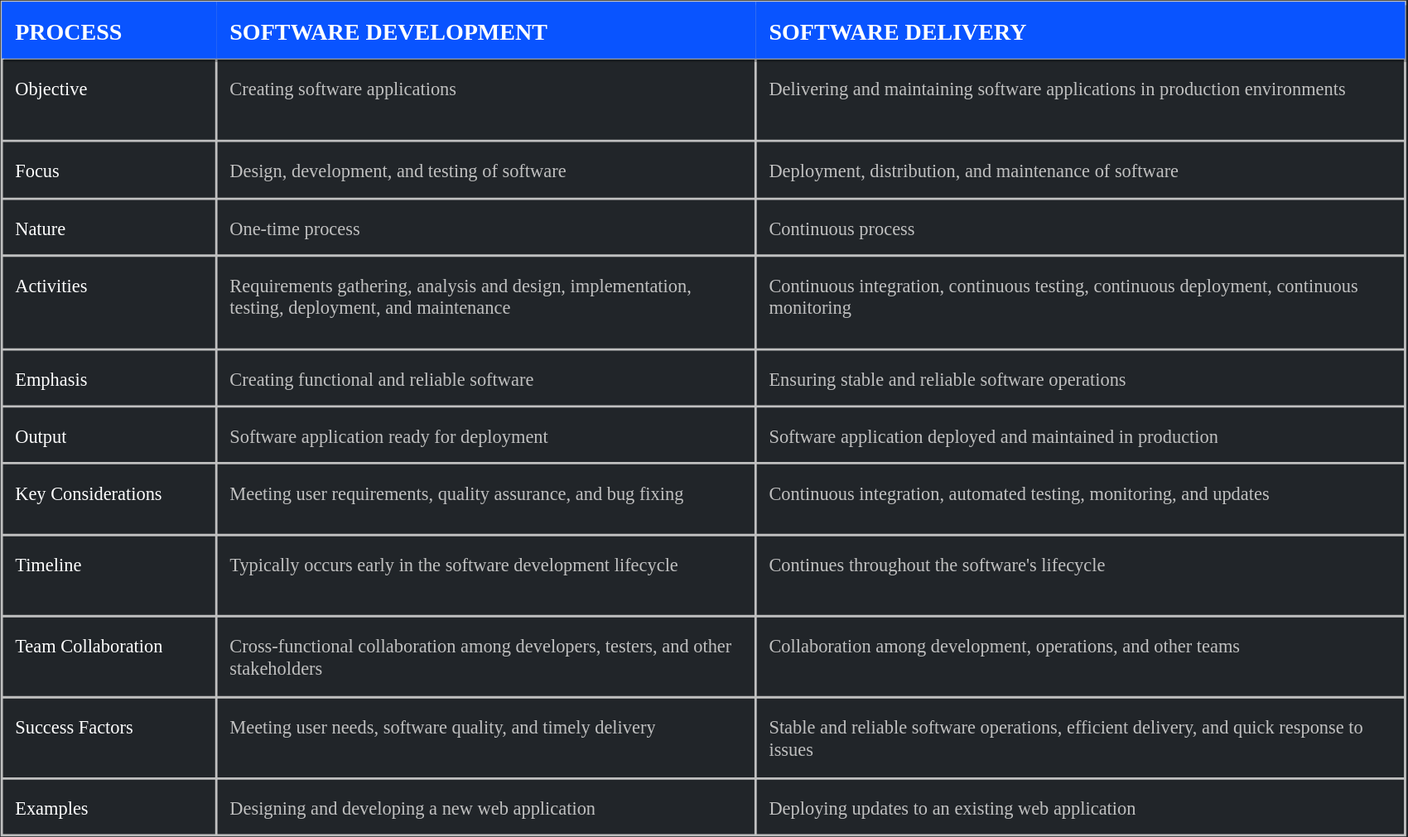
fdtechdotnet/fdtechdotnet-static-website keeps this draw.io diagram as src/assets/svg/software-development-vs-software-delivery.drawio.svg. Above is the earlier version. Source tidied: cells renumbered, new cells last; positions are measured from the earlier drawing's top-left corner, leaving out a move shared by most shapes.
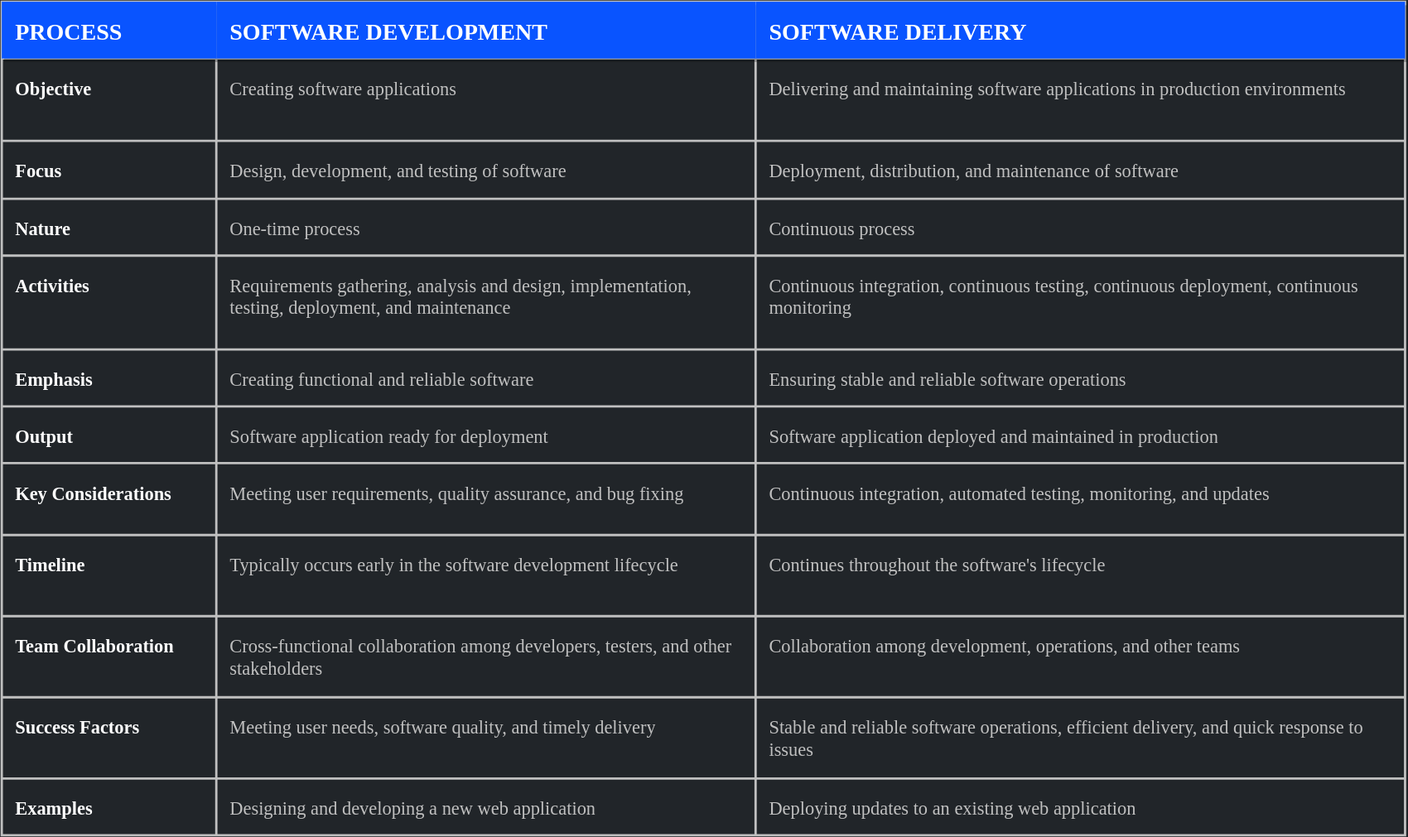
Above is the later version.

Change to the diagram source:
```diff
@@ -20,7 +20,7 @@
     <mxCell id="7" style="shape=tableRow;horizontal=0;startSize=0;swimlaneHead=0;swimlaneBody=0;strokeColor=inherit;top=0;left=0;bottom=0;right=0;fillColor=none;fontSize=16;" parent="2" vertex="1">
       <mxGeometry y="49" width="1210" height="71" as="geometry" />
     </mxCell>
-    <mxCell id="8" value="Objective" style="shape=partialRectangle;strokeColor=inherit;overflow=hidden;fillColor=none;top=0;left=0;bottom=0;right=0;fontSize=16;labelBackgroundColor=none;fontColor=#FFFFFF;fontFamily=Montserrat;fontSource=https%3A%2F%2Ffonts.googleapis.com%2Fcss%3Ffamily%3DMontserrat;verticalAlign=top;align=left;spacing=12;textDirection=ltr;labelPosition=center;verticalLabelPosition=middle;whiteSpace=wrap;" parent="7" vertex="1">
+    <mxCell id="8" value="Objective" style="shape=partialRectangle;strokeColor=inherit;overflow=hidden;fillColor=none;top=0;left=0;bottom=0;right=0;fontSize=16;labelBackgroundColor=none;fontColor=#FFFFFF;fontFamily=Montserrat;fontSource=https%3A%2F%2Ffonts.googleapis.com%2Fcss%3Ffamily%3DMontserrat;verticalAlign=top;align=left;spacing=12;textDirection=ltr;labelPosition=center;verticalLabelPosition=middle;whiteSpace=wrap;fontStyle=1;" parent="7" vertex="1">
       <mxGeometry width="185" height="71" as="geometry" />
     </mxCell>
     <mxCell id="9" value="Creating software applications " style="shape=partialRectangle;strokeColor=inherit;overflow=hidden;fillColor=none;top=0;left=0;bottom=0;right=0;fontSize=16;labelBackgroundColor=none;fontColor=#C0C0C0;fontFamily=Montserrat;fontSource=https%3A%2F%2Ffonts.googleapis.com%2Fcss%3Ffamily%3DMontserrat;verticalAlign=top;align=left;spacing=12;textDirection=ltr;labelPosition=center;verticalLabelPosition=middle;whiteSpace=wrap;" parent="7" vertex="1">
@@ -32,7 +32,7 @@
     <mxCell id="11" style="shape=tableRow;horizontal=0;startSize=0;swimlaneHead=0;swimlaneBody=0;strokeColor=inherit;top=0;left=0;bottom=0;right=0;fillColor=none;fontSize=16;" parent="2" vertex="1">
       <mxGeometry y="120" width="1210" height="50" as="geometry" />
     </mxCell>
-    <mxCell id="12" value="Focus" style="shape=partialRectangle;strokeColor=inherit;overflow=hidden;fillColor=none;top=0;left=0;bottom=0;right=0;fontSize=16;labelBackgroundColor=none;fontColor=#FFFFFF;fontFamily=Montserrat;fontSource=https%3A%2F%2Ffonts.googleapis.com%2Fcss%3Ffamily%3DMontserrat;verticalAlign=top;align=left;spacing=12;textDirection=ltr;labelPosition=center;verticalLabelPosition=middle;whiteSpace=wrap;" parent="11" vertex="1">
+    <mxCell id="12" value="Focus" style="shape=partialRectangle;strokeColor=inherit;overflow=hidden;fillColor=none;top=0;left=0;bottom=0;right=0;fontSize=16;labelBackgroundColor=none;fontColor=#FFFFFF;fontFamily=Montserrat;fontSource=https%3A%2F%2Ffonts.googleapis.com%2Fcss%3Ffamily%3DMontserrat;verticalAlign=top;align=left;spacing=12;textDirection=ltr;labelPosition=center;verticalLabelPosition=middle;whiteSpace=wrap;fontStyle=1;" parent="11" vertex="1">
       <mxGeometry width="185" height="50" as="geometry" />
     </mxCell>
     <mxCell id="13" value="Design, development, and testing of software " style="shape=partialRectangle;strokeColor=inherit;overflow=hidden;fillColor=none;top=0;left=0;bottom=0;right=0;fontSize=16;labelBackgroundColor=none;fontColor=#C0C0C0;fontFamily=Montserrat;fontSource=https%3A%2F%2Ffonts.googleapis.com%2Fcss%3Ffamily%3DMontserrat;verticalAlign=top;align=left;spacing=12;textDirection=ltr;labelPosition=center;verticalLabelPosition=middle;whiteSpace=wrap;" parent="11" vertex="1">
@@ -44,7 +44,7 @@
     <mxCell id="15" style="shape=tableRow;horizontal=0;startSize=0;swimlaneHead=0;swimlaneBody=0;strokeColor=inherit;top=0;left=0;bottom=0;right=0;fillColor=none;fontSize=16;" parent="2" vertex="1">
       <mxGeometry y="170" width="1210" height="49" as="geometry" />
     </mxCell>
-    <mxCell id="16" value="Nature" style="shape=partialRectangle;strokeColor=inherit;overflow=hidden;fillColor=none;top=0;left=0;bottom=0;right=0;fontSize=16;labelBackgroundColor=none;fontColor=#FFFFFF;fontFamily=Montserrat;fontSource=https%3A%2F%2Ffonts.googleapis.com%2Fcss%3Ffamily%3DMontserrat;verticalAlign=top;align=left;spacing=12;textDirection=ltr;labelPosition=center;verticalLabelPosition=middle;whiteSpace=wrap;" parent="15" vertex="1">
+    <mxCell id="16" value="Nature" style="shape=partialRectangle;strokeColor=inherit;overflow=hidden;fillColor=none;top=0;left=0;bottom=0;right=0;fontSize=16;labelBackgroundColor=none;fontColor=#FFFFFF;fontFamily=Montserrat;fontSource=https%3A%2F%2Ffonts.googleapis.com%2Fcss%3Ffamily%3DMontserrat;verticalAlign=top;align=left;spacing=12;textDirection=ltr;labelPosition=center;verticalLabelPosition=middle;whiteSpace=wrap;fontStyle=1;" parent="15" vertex="1">
       <mxGeometry width="185" height="49" as="geometry" />
     </mxCell>
     <mxCell id="17" value="One-time process " style="shape=partialRectangle;strokeColor=inherit;overflow=hidden;fillColor=none;top=0;left=0;bottom=0;right=0;fontSize=16;labelBackgroundColor=none;fontColor=#C0C0C0;fontFamily=Montserrat;fontSource=https%3A%2F%2Ffonts.googleapis.com%2Fcss%3Ffamily%3DMontserrat;verticalAlign=top;align=left;spacing=12;textDirection=ltr;labelPosition=center;verticalLabelPosition=middle;whiteSpace=wrap;" parent="15" vertex="1">
@@ -56,7 +56,7 @@
     <mxCell id="19" style="shape=tableRow;horizontal=0;startSize=0;swimlaneHead=0;swimlaneBody=0;strokeColor=inherit;top=0;left=0;bottom=0;right=0;fillColor=none;fontSize=16;" parent="2" vertex="1">
       <mxGeometry y="219" width="1210" height="81" as="geometry" />
     </mxCell>
-    <mxCell id="20" value="Activities" style="shape=partialRectangle;strokeColor=inherit;overflow=hidden;fillColor=none;top=0;left=0;bottom=0;right=0;fontSize=16;labelBackgroundColor=none;fontColor=#FFFFFF;fontFamily=Montserrat;fontSource=https%3A%2F%2Ffonts.googleapis.com%2Fcss%3Ffamily%3DMontserrat;verticalAlign=top;align=left;spacing=12;textDirection=ltr;labelPosition=center;verticalLabelPosition=middle;whiteSpace=wrap;" parent="19" vertex="1">
+    <mxCell id="20" value="Activities" style="shape=partialRectangle;strokeColor=inherit;overflow=hidden;fillColor=none;top=0;left=0;bottom=0;right=0;fontSize=16;labelBackgroundColor=none;fontColor=#FFFFFF;fontFamily=Montserrat;fontSource=https%3A%2F%2Ffonts.googleapis.com%2Fcss%3Ffamily%3DMontserrat;verticalAlign=top;align=left;spacing=12;textDirection=ltr;labelPosition=center;verticalLabelPosition=middle;whiteSpace=wrap;fontStyle=1;" parent="19" vertex="1">
       <mxGeometry width="185" height="81" as="geometry" />
     </mxCell>
     <mxCell id="21" value="Requirements gathering, analysis and design, implementation, testing, deployment, and maintenance " style="shape=partialRectangle;strokeColor=inherit;overflow=hidden;fillColor=none;top=0;left=0;bottom=0;right=0;fontSize=16;labelBackgroundColor=none;fontColor=#C0C0C0;fontFamily=Montserrat;fontSource=https%3A%2F%2Ffonts.googleapis.com%2Fcss%3Ffamily%3DMontserrat;verticalAlign=top;align=left;spacing=12;textDirection=ltr;labelPosition=center;verticalLabelPosition=middle;whiteSpace=wrap;" parent="19" vertex="1">
@@ -68,7 +68,7 @@
     <mxCell id="23" style="shape=tableRow;horizontal=0;startSize=0;swimlaneHead=0;swimlaneBody=0;strokeColor=inherit;top=0;left=0;bottom=0;right=0;fillColor=none;fontSize=16;" parent="2" vertex="1">
       <mxGeometry y="300" width="1210" height="49" as="geometry" />
     </mxCell>
-    <mxCell id="24" value="Emphasis" style="shape=partialRectangle;strokeColor=inherit;overflow=hidden;fillColor=none;top=0;left=0;bottom=0;right=0;fontSize=16;labelBackgroundColor=none;fontColor=#FFFFFF;fontFamily=Montserrat;fontSource=https%3A%2F%2Ffonts.googleapis.com%2Fcss%3Ffamily%3DMontserrat;verticalAlign=top;align=left;spacing=12;textDirection=ltr;labelPosition=center;verticalLabelPosition=middle;whiteSpace=wrap;" parent="23" vertex="1">
+    <mxCell id="24" value="Emphasis" style="shape=partialRectangle;strokeColor=inherit;overflow=hidden;fillColor=none;top=0;left=0;bottom=0;right=0;fontSize=16;labelBackgroundColor=none;fontColor=#FFFFFF;fontFamily=Montserrat;fontSource=https%3A%2F%2Ffonts.googleapis.com%2Fcss%3Ffamily%3DMontserrat;verticalAlign=top;align=left;spacing=12;textDirection=ltr;labelPosition=center;verticalLabelPosition=middle;whiteSpace=wrap;fontStyle=1;" parent="23" vertex="1">
       <mxGeometry width="185" height="49" as="geometry" />
     </mxCell>
     <mxCell id="25" value="Creating functional and reliable software " style="shape=partialRectangle;strokeColor=inherit;overflow=hidden;fillColor=none;top=0;left=0;bottom=0;right=0;fontSize=16;labelBackgroundColor=none;fontColor=#C0C0C0;fontFamily=Montserrat;fontSource=https%3A%2F%2Ffonts.googleapis.com%2Fcss%3Ffamily%3DMontserrat;verticalAlign=top;align=left;spacing=12;textDirection=ltr;labelPosition=center;verticalLabelPosition=middle;whiteSpace=wrap;" parent="23" vertex="1">
@@ -80,7 +80,7 @@
     <mxCell id="27" style="shape=tableRow;horizontal=0;startSize=0;swimlaneHead=0;swimlaneBody=0;strokeColor=inherit;top=0;left=0;bottom=0;right=0;fillColor=none;fontSize=16;" parent="2" vertex="1">
       <mxGeometry y="349" width="1210" height="49" as="geometry" />
     </mxCell>
-    <mxCell id="28" value="Output" style="shape=partialRectangle;strokeColor=inherit;overflow=hidden;fillColor=none;top=0;left=0;bottom=0;right=0;fontSize=16;labelBackgroundColor=none;fontColor=#FFFFFF;fontFamily=Montserrat;fontSource=https%3A%2F%2Ffonts.googleapis.com%2Fcss%3Ffamily%3DMontserrat;verticalAlign=top;align=left;spacing=12;textDirection=ltr;labelPosition=center;verticalLabelPosition=middle;whiteSpace=wrap;" parent="27" vertex="1">
+    <mxCell id="28" value="Output" style="shape=partialRectangle;strokeColor=inherit;overflow=hidden;fillColor=none;top=0;left=0;bottom=0;right=0;fontSize=16;labelBackgroundColor=none;fontColor=#FFFFFF;fontFamily=Montserrat;fontSource=https%3A%2F%2Ffonts.googleapis.com%2Fcss%3Ffamily%3DMontserrat;verticalAlign=top;align=left;spacing=12;textDirection=ltr;labelPosition=center;verticalLabelPosition=middle;whiteSpace=wrap;fontStyle=1;" parent="27" vertex="1">
       <mxGeometry width="185" height="49" as="geometry" />
     </mxCell>
     <mxCell id="29" value="Software application ready for deployment " style="shape=partialRectangle;strokeColor=inherit;overflow=hidden;fillColor=none;top=0;left=0;bottom=0;right=0;fontSize=16;labelBackgroundColor=none;fontColor=#C0C0C0;fontFamily=Montserrat;fontSource=https%3A%2F%2Ffonts.googleapis.com%2Fcss%3Ffamily%3DMontserrat;verticalAlign=top;align=left;spacing=12;textDirection=ltr;labelPosition=center;verticalLabelPosition=middle;whiteSpace=wrap;" parent="27" vertex="1">
@@ -92,7 +92,7 @@
     <mxCell id="31" style="shape=tableRow;horizontal=0;startSize=0;swimlaneHead=0;swimlaneBody=0;strokeColor=inherit;top=0;left=0;bottom=0;right=0;fillColor=none;fontSize=16;" parent="2" vertex="1">
       <mxGeometry y="398" width="1210" height="62" as="geometry" />
     </mxCell>
-    <mxCell id="32" value="Key Considerations " style="shape=partialRectangle;strokeColor=inherit;overflow=hidden;fillColor=none;top=0;left=0;bottom=0;right=0;fontSize=16;labelBackgroundColor=none;fontColor=#FFFFFF;fontFamily=Montserrat;fontSource=https%3A%2F%2Ffonts.googleapis.com%2Fcss%3Ffamily%3DMontserrat;verticalAlign=top;align=left;spacing=12;textDirection=ltr;labelPosition=center;verticalLabelPosition=middle;whiteSpace=wrap;" parent="31" vertex="1">
+    <mxCell id="32" value="Key Considerations " style="shape=partialRectangle;strokeColor=inherit;overflow=hidden;fillColor=none;top=0;left=0;bottom=0;right=0;fontSize=16;labelBackgroundColor=none;fontColor=#FFFFFF;fontFamily=Montserrat;fontSource=https%3A%2F%2Ffonts.googleapis.com%2Fcss%3Ffamily%3DMontserrat;verticalAlign=top;align=left;spacing=12;textDirection=ltr;labelPosition=center;verticalLabelPosition=middle;whiteSpace=wrap;fontStyle=1;" parent="31" vertex="1">
       <mxGeometry width="185" height="62" as="geometry" />
     </mxCell>
     <mxCell id="33" value="Meeting user requirements, quality assurance, and bug fixing " style="shape=partialRectangle;strokeColor=inherit;overflow=hidden;fillColor=none;top=0;left=0;bottom=0;right=0;fontSize=16;labelBackgroundColor=none;fontColor=#C0C0C0;fontFamily=Montserrat;fontSource=https%3A%2F%2Ffonts.googleapis.com%2Fcss%3Ffamily%3DMontserrat;verticalAlign=top;align=left;spacing=12;textDirection=ltr;labelPosition=center;verticalLabelPosition=middle;whiteSpace=wrap;" parent="31" vertex="1">
@@ -104,7 +104,7 @@
     <mxCell id="35" style="shape=tableRow;horizontal=0;startSize=0;swimlaneHead=0;swimlaneBody=0;strokeColor=inherit;top=0;left=0;bottom=0;right=0;fillColor=none;fontSize=16;" parent="2" vertex="1">
       <mxGeometry y="460" width="1210" height="70" as="geometry" />
     </mxCell>
-    <mxCell id="36" value="Timeline" style="shape=partialRectangle;strokeColor=inherit;overflow=hidden;fillColor=none;top=0;left=0;bottom=0;right=0;fontSize=16;labelBackgroundColor=none;fontColor=#FFFFFF;fontFamily=Montserrat;fontSource=https%3A%2F%2Ffonts.googleapis.com%2Fcss%3Ffamily%3DMontserrat;verticalAlign=top;align=left;spacing=12;textDirection=ltr;labelPosition=center;verticalLabelPosition=middle;whiteSpace=wrap;" parent="35" vertex="1">
+    <mxCell id="36" value="Timeline" style="shape=partialRectangle;strokeColor=inherit;overflow=hidden;fillColor=none;top=0;left=0;bottom=0;right=0;fontSize=16;labelBackgroundColor=none;fontColor=#FFFFFF;fontFamily=Montserrat;fontSource=https%3A%2F%2Ffonts.googleapis.com%2Fcss%3Ffamily%3DMontserrat;verticalAlign=top;align=left;spacing=12;textDirection=ltr;labelPosition=center;verticalLabelPosition=middle;whiteSpace=wrap;fontStyle=1;" parent="35" vertex="1">
       <mxGeometry width="185" height="70" as="geometry" />
     </mxCell>
     <mxCell id="37" value="Typically occurs early in the software development lifecycle " style="shape=partialRectangle;strokeColor=inherit;overflow=hidden;fillColor=none;top=0;left=0;bottom=0;right=0;fontSize=16;labelBackgroundColor=none;fontColor=#C0C0C0;fontFamily=Montserrat;fontSource=https%3A%2F%2Ffonts.googleapis.com%2Fcss%3Ffamily%3DMontserrat;verticalAlign=top;align=left;spacing=12;textDirection=ltr;labelPosition=center;verticalLabelPosition=middle;whiteSpace=wrap;" parent="35" vertex="1">
@@ -116,7 +116,7 @@
     <mxCell id="39" style="shape=tableRow;horizontal=0;startSize=0;swimlaneHead=0;swimlaneBody=0;strokeColor=inherit;top=0;left=0;bottom=0;right=0;fillColor=none;fontSize=16;" parent="2" vertex="1">
       <mxGeometry y="530" width="1210" height="70" as="geometry" />
     </mxCell>
-    <mxCell id="40" value="Team Collaboration " style="shape=partialRectangle;strokeColor=inherit;overflow=hidden;fillColor=none;top=0;left=0;bottom=0;right=0;fontSize=16;labelBackgroundColor=none;fontColor=#FFFFFF;fontFamily=Montserrat;fontSource=https%3A%2F%2Ffonts.googleapis.com%2Fcss%3Ffamily%3DMontserrat;verticalAlign=top;align=left;spacing=12;textDirection=ltr;labelPosition=center;verticalLabelPosition=middle;whiteSpace=wrap;" parent="39" vertex="1">
+    <mxCell id="40" value="Team Collaboration " style="shape=partialRectangle;strokeColor=inherit;overflow=hidden;fillColor=none;top=0;left=0;bottom=0;right=0;fontSize=16;labelBackgroundColor=none;fontColor=#FFFFFF;fontFamily=Montserrat;fontSource=https%3A%2F%2Ffonts.googleapis.com%2Fcss%3Ffamily%3DMontserrat;verticalAlign=top;align=left;spacing=12;textDirection=ltr;labelPosition=center;verticalLabelPosition=middle;whiteSpace=wrap;fontStyle=1;" parent="39" vertex="1">
       <mxGeometry width="185" height="70" as="geometry" />
     </mxCell>
     <mxCell id="41" value="Cross-functional collaboration among developers, testers, and other stakeholders " style="shape=partialRectangle;strokeColor=inherit;overflow=hidden;fillColor=none;top=0;left=0;bottom=0;right=0;fontSize=16;labelBackgroundColor=none;fontColor=#C0C0C0;fontFamily=Montserrat;fontSource=https%3A%2F%2Ffonts.googleapis.com%2Fcss%3Ffamily%3DMontserrat;verticalAlign=top;align=left;spacing=12;textDirection=ltr;labelPosition=center;verticalLabelPosition=middle;whiteSpace=wrap;" parent="39" vertex="1">
@@ -128,7 +128,7 @@
     <mxCell id="43" style="shape=tableRow;horizontal=0;startSize=0;swimlaneHead=0;swimlaneBody=0;strokeColor=inherit;top=0;left=0;bottom=0;right=0;fillColor=none;fontSize=16;" parent="2" vertex="1">
       <mxGeometry y="600" width="1210" height="70" as="geometry" />
     </mxCell>
-    <mxCell id="44" value="Success Factors " style="shape=partialRectangle;strokeColor=inherit;overflow=hidden;fillColor=none;top=0;left=0;bottom=0;right=0;fontSize=16;labelBackgroundColor=none;fontColor=#FFFFFF;fontFamily=Montserrat;fontSource=https%3A%2F%2Ffonts.googleapis.com%2Fcss%3Ffamily%3DMontserrat;verticalAlign=top;align=left;spacing=12;textDirection=ltr;labelPosition=center;verticalLabelPosition=middle;whiteSpace=wrap;" parent="43" vertex="1">
+    <mxCell id="44" value="Success Factors " style="shape=partialRectangle;strokeColor=inherit;overflow=hidden;fillColor=none;top=0;left=0;bottom=0;right=0;fontSize=16;labelBackgroundColor=none;fontColor=#FFFFFF;fontFamily=Montserrat;fontSource=https%3A%2F%2Ffonts.googleapis.com%2Fcss%3Ffamily%3DMontserrat;verticalAlign=top;align=left;spacing=12;textDirection=ltr;labelPosition=center;verticalLabelPosition=middle;whiteSpace=wrap;fontStyle=1;" parent="43" vertex="1">
       <mxGeometry width="185" height="70" as="geometry" />
     </mxCell>
     <mxCell id="45" value="Meeting user needs, software quality, and timely delivery " style="shape=partialRectangle;strokeColor=inherit;overflow=hidden;fillColor=none;top=0;left=0;bottom=0;right=0;fontSize=16;labelBackgroundColor=none;fontColor=#C0C0C0;fontFamily=Montserrat;fontSource=https%3A%2F%2Ffonts.googleapis.com%2Fcss%3Ffamily%3DMontserrat;verticalAlign=top;align=left;spacing=12;textDirection=ltr;labelPosition=center;verticalLabelPosition=middle;whiteSpace=wrap;" parent="43" vertex="1">
@@ -140,7 +140,7 @@
     <mxCell id="47" style="shape=tableRow;horizontal=0;startSize=0;swimlaneHead=0;swimlaneBody=0;strokeColor=inherit;top=0;left=0;bottom=0;right=0;fillColor=none;fontSize=16;" parent="2" vertex="1">
       <mxGeometry y="670" width="1210" height="49" as="geometry" />
     </mxCell>
-    <mxCell id="48" value="Examples" style="shape=partialRectangle;strokeColor=inherit;overflow=hidden;fillColor=none;top=0;left=0;bottom=0;right=0;fontSize=16;labelBackgroundColor=none;fontColor=#FFFFFF;fontFamily=Montserrat;fontSource=https%3A%2F%2Ffonts.googleapis.com%2Fcss%3Ffamily%3DMontserrat;verticalAlign=top;align=left;spacing=12;textDirection=ltr;labelPosition=center;verticalLabelPosition=middle;whiteSpace=wrap;" parent="47" vertex="1">
+    <mxCell id="48" value="Examples" style="shape=partialRectangle;strokeColor=inherit;overflow=hidden;fillColor=none;top=0;left=0;bottom=0;right=0;fontSize=16;labelBackgroundColor=none;fontColor=#FFFFFF;fontFamily=Montserrat;fontSource=https%3A%2F%2Ffonts.googleapis.com%2Fcss%3Ffamily%3DMontserrat;verticalAlign=top;align=left;spacing=12;textDirection=ltr;labelPosition=center;verticalLabelPosition=middle;whiteSpace=wrap;fontStyle=1;" parent="47" vertex="1">
       <mxGeometry width="185" height="49" as="geometry" />
     </mxCell>
     <mxCell id="49" value="Designing and developing a new web application" style="shape=partialRectangle;strokeColor=inherit;overflow=hidden;fillColor=none;top=0;left=0;bottom=0;right=0;fontSize=16;labelBackgroundColor=none;fontColor=#C0C0C0;fontFamily=Montserrat;fontSource=https%3A%2F%2Ffonts.googleapis.com%2Fcss%3Ffamily%3DMontserrat;verticalAlign=top;align=left;spacing=12;textDirection=ltr;labelPosition=center;verticalLabelPosition=middle;whiteSpace=wrap;" parent="47" vertex="1">
```
